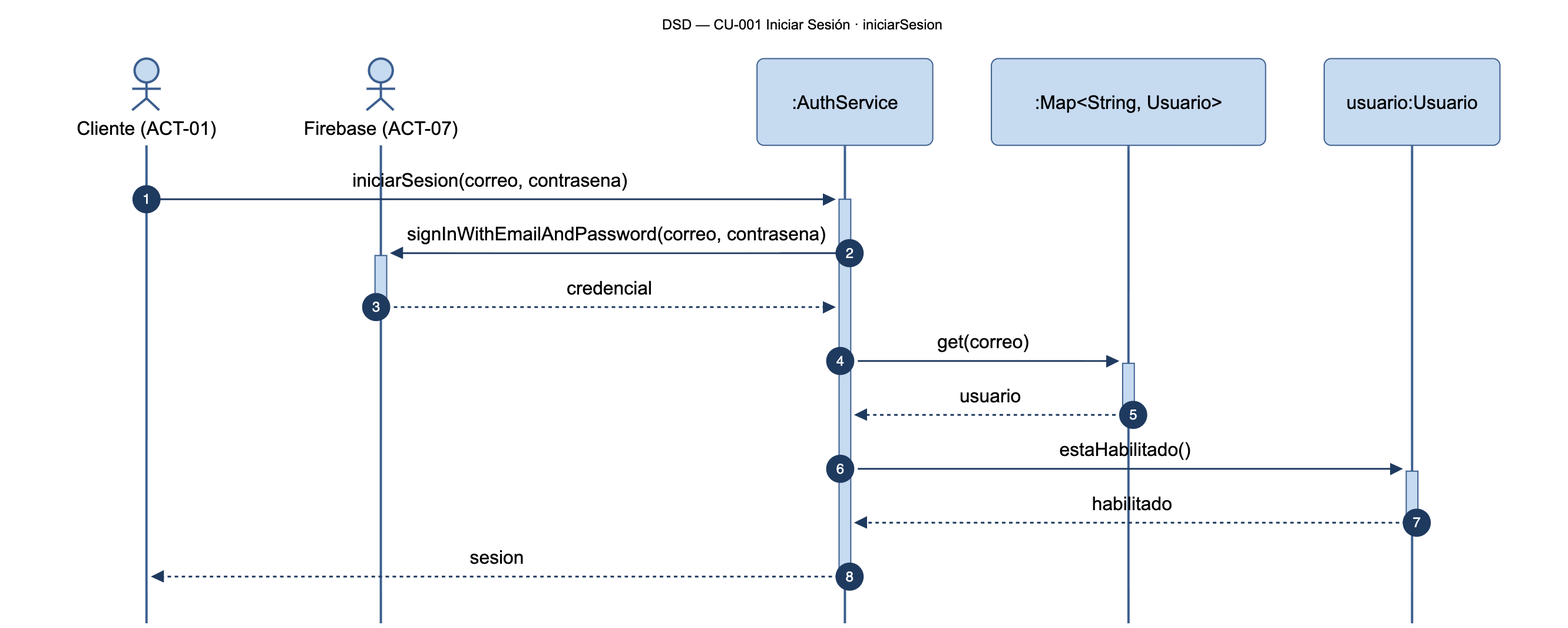
This is diagramas/png/DSD_CU-001_iniciarSesion.png from Nahuelito-Dev/splg-docs, a Mermaid export, as it was before one commit. Its source is kept beside it as diagramas/DSD_CU-001_iniciarSesion.mmd. Its diagram source:
```mermaid
sequenceDiagram
    title DSD — CU-001 Iniciar Sesión · iniciarSesion
    autonumber
    actor CLI as Cliente (ACT-01)
    actor FIR as Firebase (ACT-07)
    participant SRV as :AuthService
    participant COL as :Map#lt;String, Usuario#gt;
    participant USR as usuario:Usuario

    CLI->>+SRV: iniciarSesion(correo, contrasena)
    SRV->>+FIR: signInWithEmailAndPassword(correo, contrasena)
    FIR-->>-SRV: credencial
    SRV->>+COL: get(correo)
    COL-->>-SRV: usuario
    SRV->>+USR: estaHabilitado()
    USR-->>-SRV: habilitado
    SRV-->>-CLI: sesion
```
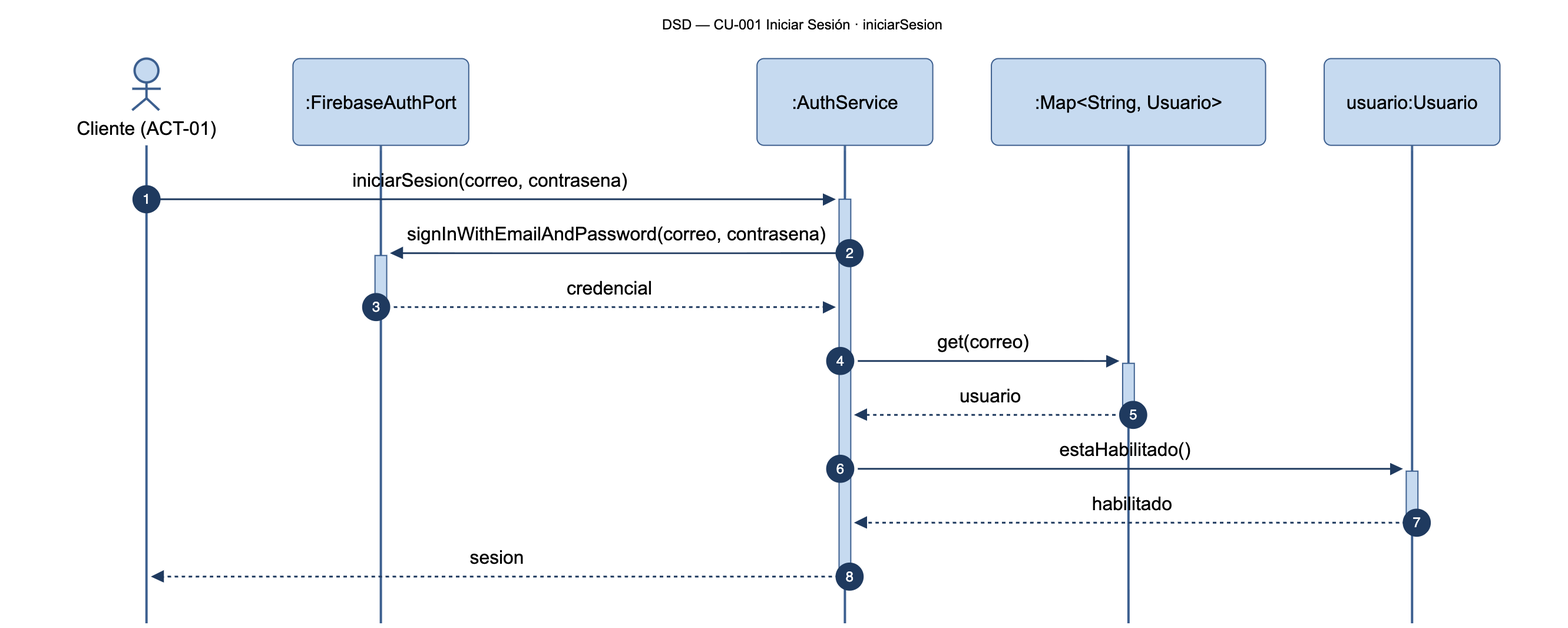
After the commit.

What changed in the source:
```diff
@@ -2,7 +2,7 @@
     title DSD — CU-001 Iniciar Sesión · iniciarSesion
     autonumber
     actor CLI as Cliente (ACT-01)
-    actor FIR as Firebase (ACT-07)
+    participant FIR as :FirebaseAuthPort
     participant SRV as :AuthService
     participant COL as :Map#lt;String, Usuario#gt;
     participant USR as usuario:Usuario
```
